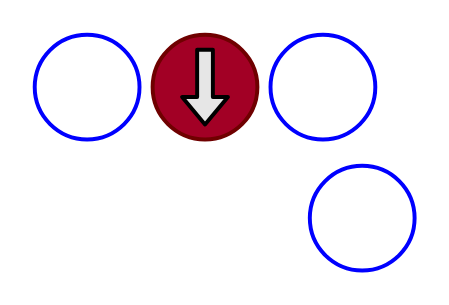
Earlier version of the draw.io diagram StreetFighter6/images/m2___.drawio (yamasdais/notebook). Source tidied: cells renumbered, new cells numbered last; positions are measured from the earlier drawing's top-left corner, leaving out a move shared by most shapes. Both pictures are drawn from the tidied source at 131%, with x=0, y=0 at pixel (34, 34).
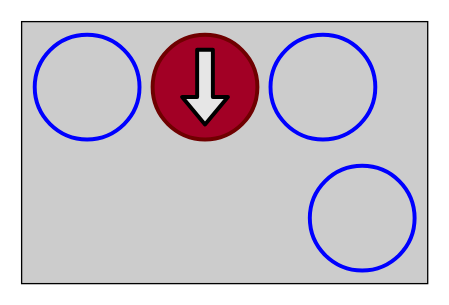
Above is the later version.

Change to the diagram source:
```diff
@@
 <mxGraphModel>
   <root>
     <mxCell id="0" />
     <mxCell id="1" parent="0" />
+    <mxCell id="8" style="rounded=0;whiteSpace=wrap;html=1;fillColor=#CCCCCC;" parent="1" vertex="1">
+      <mxGeometry x="-10" y="-10" width="310" height="200" as="geometry" />
+    </mxCell>
     <mxCell id="2" style="ellipse;whiteSpace=wrap;html=1;strokeWidth=3;fillColor=none;strokeColor=#0000FF;" parent="1" vertex="1">
       <mxGeometry width="80" height="80" as="geometry" />
     </mxCell>
     <mxCell id="3" style="group;rotation=-90;" parent="1" vertex="1">
       <mxGeometry x="90" width="80" height="80" as="geometry" />
     </mxCell>
     <mxCell id="4" style="ellipse;whiteSpace=wrap;html=1;strokeWidth=3;fillColor=#a20025;fontColor=#ffffff;strokeColor=#6F0000;rotation=-90;" parent="3" vertex="1">
       <mxGeometry width="80" height="80" as="geometry" />
     </mxCell>
     <mxCell id="5" style="shape=flexArrow;endArrow=classic;html=1;strokeWidth=3;strokeColor=default;fillColor=#E6E6E6;" parent="3" edge="1">
       <mxGeometry relative="1" as="geometry">
         <mxPoint x="40" y="10" as="sourcePoint" />
         <mxPoint x="40" y="70" as="targetPoint" />
       </mxGeometry>
     </mxCell>
     <mxCell id="6" style="ellipse;whiteSpace=wrap;html=1;strokeWidth=3;fillColor=none;strokeColor=#0000FF;" parent="1" vertex="1">
       <mxGeometry x="210" y="100" width="80" height="80" as="geometry" />
     </mxCell>
     <mxCell id="7" style="ellipse;whiteSpace=wrap;html=1;strokeWidth=3;fillColor=none;strokeColor=#0000FF;" parent="1" vertex="1">
       <mxGeometry x="180" width="80" height="80" as="geometry" />
     </mxCell>
   </root>
 </mxGraphModel>
```
